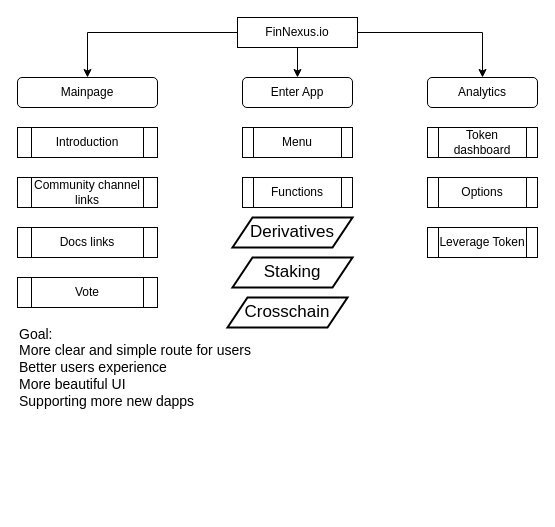
Above: page "Structure" (1 of 9) of Copy of options.drawio in FinNexus/UI-2.0 (draw.io), before the change. Source tidied: cells renumbered, new cells numbered last; positions are measured from the earlier drawing's top-left corner, leaving out a move shared by most shapes. Both pictures are drawn from the tidied source at 100%, with x=0, y=0 at pixel (17, 17).
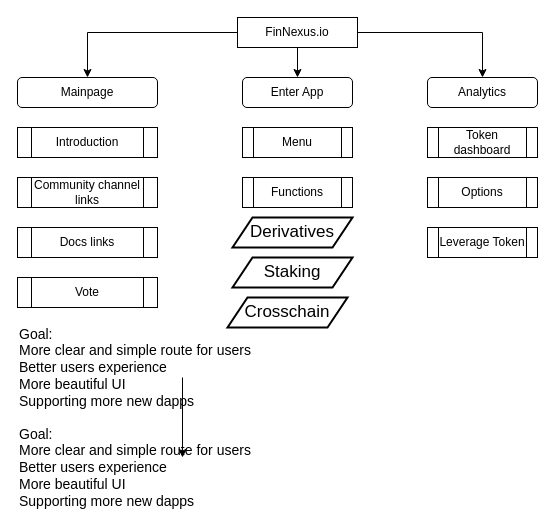
After the change.

Unchanged cells that the change refers to:
```xml
<mxCell id="19" value="Goal: &lt;br&gt;More clear and simple route for users&lt;br&gt;Better users experience&lt;br&gt;More beautiful UI&lt;br&gt;Supporting more new dapps" style="text;html=1;strokeColor=none;fillColor=none;align=left;verticalAlign=middle;whiteSpace=wrap;rounded=0;fontSize=14;" parent="1" vertex="1">
  <mxGeometry y="340" width="330" height="20" as="geometry" />
</mxCell>
```

The edit, as a diff of the source:
```diff
@@
+    <mxCell id="23" style="edgeStyle=orthogonalEdgeStyle;rounded=0;jettySize=auto;html=1;" parent="1" edge="1" source="19" target="24">
+      <mxGeometry relative="1" as="geometry" />
+    </mxCell>
@@
+    <mxCell id="24" value="Goal: &lt;br&gt;More clear and simple route for users&lt;br&gt;Better users experience&lt;br&gt;More beautiful UI&lt;br&gt;Supporting more new dapps" style="text;html=1;strokeColor=none;fillColor=none;align=left;verticalAlign=middle;whiteSpace=wrap;rounded=0;fontSize=14;" parent="1" vertex="1">
+      <mxGeometry y="440" width="330" height="20" as="geometry" />
+    </mxCell>
```
